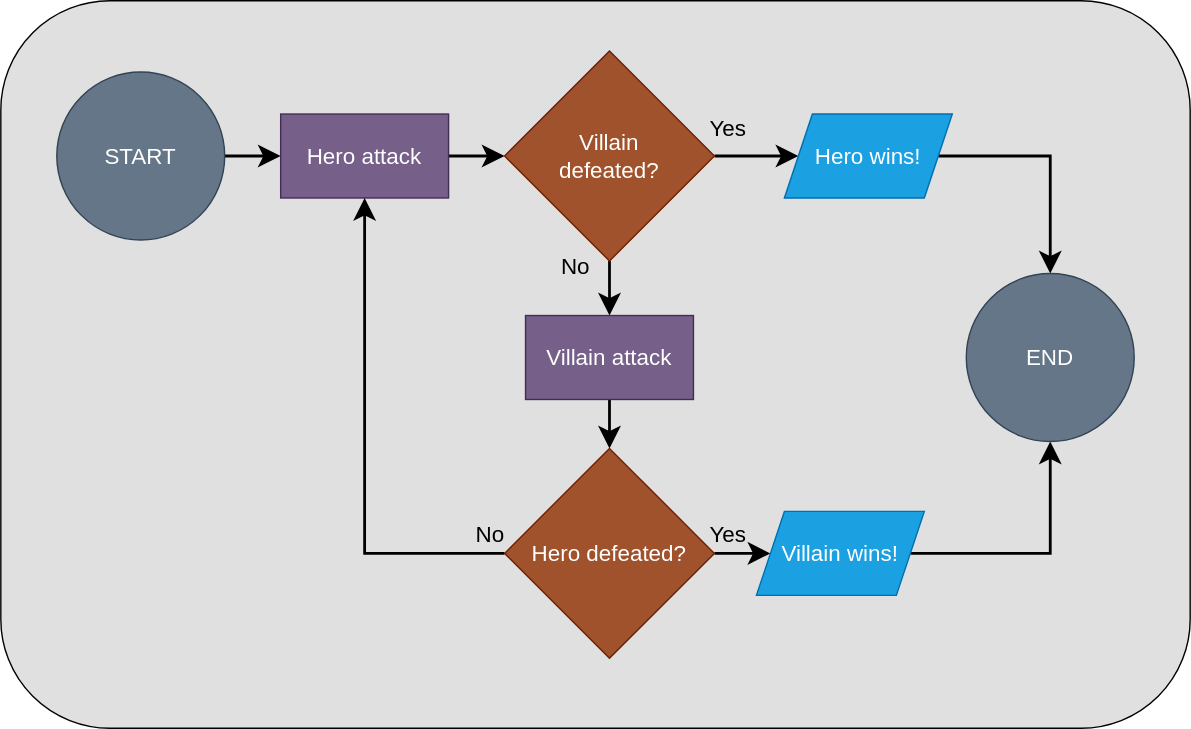
This is practice/unit_4/solutions/exercise_2/flowcharts/exercise_2_1_flowchart.drawio.svg from PdxCodeGuild/Programming102, a draw.io export, as it was before one commit. Source tidied: cells renumbered, new cells last; positions are measured from the earlier drawing's top-left corner, leaving out a move shared by most shapes. Source of this version:
```xml
<mxGraphModel>
  <root>
    <mxCell id="0" />
    <mxCell id="1" parent="0" />
    <mxCell id="2" style="rounded=1;whiteSpace=wrap;html=1;fillColor=#E0E0E0;" parent="1" vertex="1">
      <mxGeometry width="850" height="520" as="geometry" />
    </mxCell>
    <mxCell id="3" style="edgeStyle=orthogonalEdgeStyle;rounded=0;jettySize=auto;html=1;fontColor=#000000;strokeColor=#000000;endSize=10;targetPerimeterSpacing=0;startSize=13;strokeWidth=2;" parent="1" edge="1" source="4" target="6">
      <mxGeometry relative="1" as="geometry" />
    </mxCell>
    <mxCell id="4" value="&lt;font style=&quot;font-size: 16px&quot;&gt;START&lt;/font&gt;" style="ellipse;whiteSpace=wrap;html=1;fillColor=#647687;strokeColor=#314354;fontColor=#ffffff;" parent="1" vertex="1">
      <mxGeometry x="40" y="51" width="120" height="120" as="geometry" />
    </mxCell>
    <mxCell id="5" style="edgeStyle=orthogonalEdgeStyle;rounded=0;jettySize=auto;html=1;fontColor=#000000;strokeColor=#000000;endSize=10;targetPerimeterSpacing=0;startSize=13;strokeWidth=2;" parent="1" edge="1" source="6" target="9">
      <mxGeometry relative="1" as="geometry" />
    </mxCell>
    <mxCell id="6" value="Hero attack" style="rounded=0;whiteSpace=wrap;html=1;fillColor=#76608a;strokeColor=#432D57;fontColor=#ffffff;fontSize=16;" parent="1" vertex="1">
      <mxGeometry x="200" y="81" width="120" height="60" as="geometry" />
    </mxCell>
    <mxCell id="7" style="edgeStyle=orthogonalEdgeStyle;rounded=0;jettySize=auto;html=1;exitX=0.5;exitY=1;exitDx=0;exitDy=0;entryX=0.5;entryY=0;entryDx=0;entryDy=0;fontColor=#000000;strokeColor=#000000;endSize=10;targetPerimeterSpacing=0;startSize=13;strokeWidth=2;" parent="1" edge="1" source="9" target="14">
      <mxGeometry relative="1" as="geometry" />
    </mxCell>
    <mxCell id="8" style="edgeStyle=orthogonalEdgeStyle;rounded=0;jettySize=auto;html=1;exitX=1;exitY=0.5;exitDx=0;exitDy=0;entryX=0;entryY=0.5;entryDx=0;entryDy=0;fontColor=#000000;strokeColor=#000000;endSize=10;targetPerimeterSpacing=0;startSize=13;strokeWidth=2;" parent="1" edge="1" source="9" target="11">
      <mxGeometry relative="1" as="geometry" />
    </mxCell>
    <mxCell id="9" value="Villain&lt;br style=&quot;font-size: 16px&quot;&gt;defeated?" style="rhombus;whiteSpace=wrap;html=1;fillColor=#a0522d;strokeColor=#6D1F00;fontColor=#ffffff;fontSize=16;" parent="1" vertex="1">
      <mxGeometry x="360" y="36" width="150" height="150" as="geometry" />
    </mxCell>
    <mxCell id="10" style="edgeStyle=orthogonalEdgeStyle;rounded=0;jettySize=auto;html=1;entryX=0.5;entryY=0;entryDx=0;entryDy=0;fontColor=#000000;strokeColor=#000000;endSize=10;targetPerimeterSpacing=0;startSize=13;strokeWidth=2;" parent="1" edge="1" source="11" target="22">
      <mxGeometry relative="1" as="geometry" />
    </mxCell>
    <mxCell id="11" value="Hero wins!" style="shape=parallelogram;perimeter=parallelogramPerimeter;whiteSpace=wrap;html=1;fixedSize=1;fontSize=16;fillColor=#1ba1e2;strokeColor=#006EAF;fontColor=#ffffff;" parent="1" vertex="1">
      <mxGeometry x="560" y="81" width="120" height="60" as="geometry" />
    </mxCell>
    <mxCell id="12" value="No" style="text;html=1;strokeColor=none;fillColor=none;align=center;verticalAlign=middle;whiteSpace=wrap;rounded=0;fontSize=16;fontColor=#000000;" parent="1" vertex="1">
      <mxGeometry x="391" y="180" width="40" height="20" as="geometry" />
    </mxCell>
    <mxCell id="13" style="edgeStyle=orthogonalEdgeStyle;rounded=0;jettySize=auto;html=1;fontColor=#000000;strokeColor=#000000;endSize=10;targetPerimeterSpacing=0;startSize=13;strokeWidth=2;" parent="1" edge="1" source="14" target="17">
      <mxGeometry relative="1" as="geometry" />
    </mxCell>
    <mxCell id="14" value="Villain attack" style="rounded=0;whiteSpace=wrap;html=1;fontSize=16;fillColor=#76608a;strokeColor=#432D57;fontColor=#ffffff;" parent="1" vertex="1">
      <mxGeometry x="375" y="225" width="120" height="60" as="geometry" />
    </mxCell>
    <mxCell id="15" style="edgeStyle=orthogonalEdgeStyle;rounded=0;jettySize=auto;html=1;exitX=0;exitY=0.5;exitDx=0;exitDy=0;entryX=0.5;entryY=1;entryDx=0;entryDy=0;fontColor=#000000;strokeColor=#000000;endSize=10;targetPerimeterSpacing=0;startSize=13;strokeWidth=2;" parent="1" edge="1" source="17" target="6">
      <mxGeometry relative="1" as="geometry" />
    </mxCell>
    <mxCell id="16" style="edgeStyle=orthogonalEdgeStyle;rounded=0;jettySize=auto;html=1;exitX=1;exitY=0.5;exitDx=0;exitDy=0;entryX=0;entryY=0.5;entryDx=0;entryDy=0;fontColor=#000000;strokeColor=#000000;endSize=10;targetPerimeterSpacing=0;startSize=13;strokeWidth=2;" parent="1" edge="1" source="17" target="19">
      <mxGeometry relative="1" as="geometry" />
    </mxCell>
    <mxCell id="17" value="Hero defeated?" style="rhombus;whiteSpace=wrap;html=1;fillColor=#a0522d;strokeColor=#6D1F00;fontColor=#ffffff;fontSize=16;" parent="1" vertex="1">
      <mxGeometry x="360" y="320" width="150" height="150" as="geometry" />
    </mxCell>
    <mxCell id="18" style="edgeStyle=orthogonalEdgeStyle;rounded=0;jettySize=auto;html=1;exitX=1;exitY=0.5;exitDx=0;exitDy=0;entryX=0.5;entryY=1;entryDx=0;entryDy=0;fontColor=#000000;strokeColor=#000000;endSize=10;targetPerimeterSpacing=0;startSize=13;strokeWidth=2;" parent="1" edge="1" source="19" target="22">
      <mxGeometry relative="1" as="geometry" />
    </mxCell>
    <mxCell id="19" value="Villain wins!" style="shape=parallelogram;perimeter=parallelogramPerimeter;whiteSpace=wrap;html=1;fixedSize=1;fontSize=16;fillColor=#1ba1e2;strokeColor=#006EAF;fontColor=#ffffff;" parent="1" vertex="1">
      <mxGeometry x="540" y="365" width="120" height="60" as="geometry" />
    </mxCell>
    <mxCell id="20" value="Yes" style="text;html=1;strokeColor=none;fillColor=none;align=center;verticalAlign=middle;whiteSpace=wrap;rounded=0;fontSize=16;fontColor=#000000;" parent="1" vertex="1">
      <mxGeometry x="500" y="371" width="40" height="20" as="geometry" />
    </mxCell>
    <mxCell id="21" value="No" style="text;html=1;strokeColor=none;fillColor=none;align=center;verticalAlign=middle;whiteSpace=wrap;rounded=0;fontSize=16;fontColor=#000000;" parent="1" vertex="1">
      <mxGeometry x="330" y="371" width="40" height="20" as="geometry" />
    </mxCell>
    <mxCell id="22" value="&lt;font style=&quot;font-size: 16px&quot;&gt;END&lt;/font&gt;" style="ellipse;whiteSpace=wrap;html=1;fillColor=#647687;strokeColor=#314354;fontColor=#ffffff;" parent="1" vertex="1">
      <mxGeometry x="690" y="195" width="120" height="120" as="geometry" />
    </mxCell>
    <mxCell id="23" value="Yes" style="text;html=1;strokeColor=none;fillColor=none;align=center;verticalAlign=middle;whiteSpace=wrap;rounded=0;fontSize=16;fontColor=#000000;" parent="1" vertex="1">
      <mxGeometry x="500" y="81" width="40" height="20" as="geometry" />
    </mxCell>
  </root>
</mxGraphModel>
```
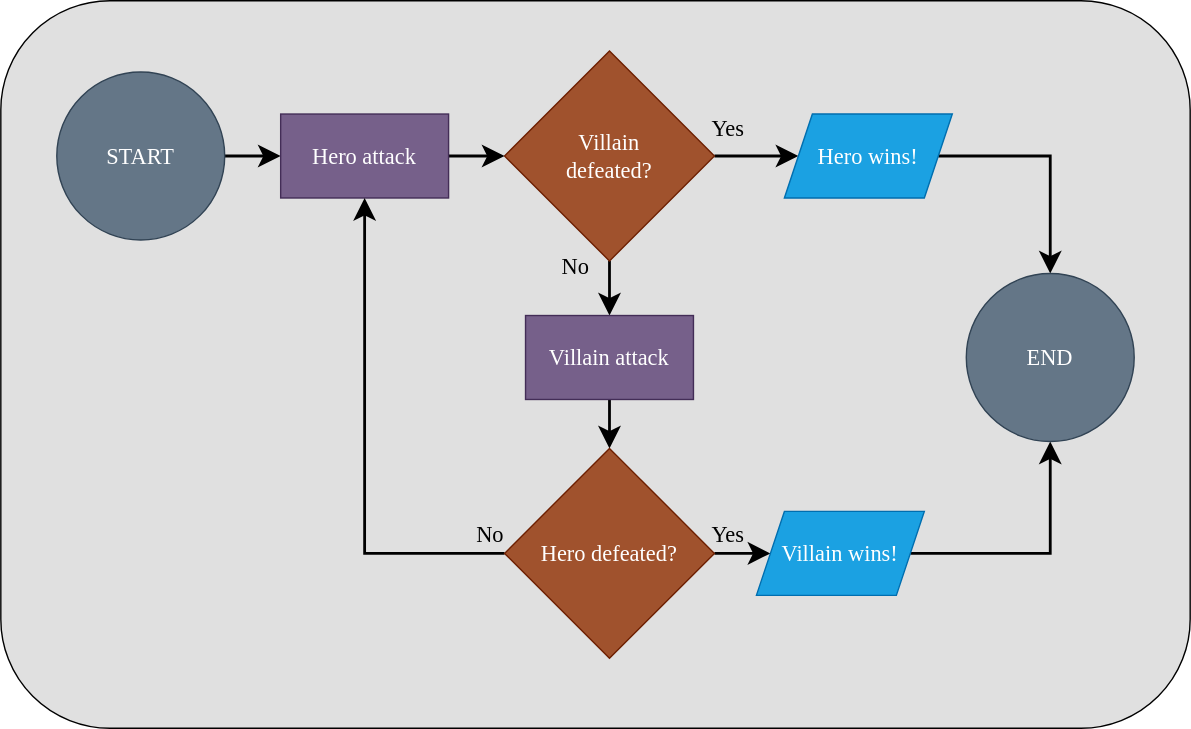
The same file after the commit.

Diff of the diagram source:
```diff
@@ -2,70 +2,70 @@
   <root>
     <mxCell id="0" />
     <mxCell id="1" parent="0" />
-    <mxCell id="2" style="rounded=1;whiteSpace=wrap;html=1;fillColor=#E0E0E0;" parent="1" vertex="1">
+    <mxCell id="2" style="rounded=1;whiteSpace=wrap;html=1;fillColor=#E0E0E0;fontFamily=raleway;fontSource=https%3A%2F%2Ffonts.googleapis.com%2Fcss%3Ffamily%3Draleway;fontStyle=0;" parent="1" vertex="1">
       <mxGeometry width="850" height="520" as="geometry" />
     </mxCell>
-    <mxCell id="3" style="edgeStyle=orthogonalEdgeStyle;rounded=0;jettySize=auto;html=1;fontColor=#000000;strokeColor=#000000;endSize=10;targetPerimeterSpacing=0;startSize=13;strokeWidth=2;" parent="1" edge="1" source="4" target="6">
+    <mxCell id="3" style="edgeStyle=orthogonalEdgeStyle;rounded=0;jettySize=auto;html=1;fontColor=#000000;strokeColor=#000000;endSize=10;targetPerimeterSpacing=0;startSize=13;strokeWidth=2;fontFamily=raleway;fontSource=https%3A%2F%2Ffonts.googleapis.com%2Fcss%3Ffamily%3Draleway;fontStyle=0;" parent="1" edge="1" source="4" target="6">
       <mxGeometry relative="1" as="geometry" />
     </mxCell>
-    <mxCell id="4" value="&lt;font style=&quot;font-size: 16px&quot;&gt;START&lt;/font&gt;" style="ellipse;whiteSpace=wrap;html=1;fillColor=#647687;strokeColor=#314354;fontColor=#ffffff;" parent="1" vertex="1">
+    <mxCell id="4" value="&lt;font style=&quot;font-size: 16px&quot;&gt;START&lt;/font&gt;" style="ellipse;whiteSpace=wrap;html=1;fillColor=#647687;strokeColor=#314354;fontColor=#ffffff;fontFamily=raleway;fontSource=https%3A%2F%2Ffonts.googleapis.com%2Fcss%3Ffamily%3Draleway;fontStyle=0;" parent="1" vertex="1">
       <mxGeometry x="40" y="51" width="120" height="120" as="geometry" />
     </mxCell>
-    <mxCell id="5" style="edgeStyle=orthogonalEdgeStyle;rounded=0;jettySize=auto;html=1;fontColor=#000000;strokeColor=#000000;endSize=10;targetPerimeterSpacing=0;startSize=13;strokeWidth=2;" parent="1" edge="1" source="6" target="9">
+    <mxCell id="5" style="edgeStyle=orthogonalEdgeStyle;rounded=0;jettySize=auto;html=1;fontColor=#000000;strokeColor=#000000;endSize=10;targetPerimeterSpacing=0;startSize=13;strokeWidth=2;fontFamily=raleway;fontSource=https%3A%2F%2Ffonts.googleapis.com%2Fcss%3Ffamily%3Draleway;fontStyle=0;" parent="1" edge="1" source="6" target="9">
       <mxGeometry relative="1" as="geometry" />
     </mxCell>
-    <mxCell id="6" value="Hero attack" style="rounded=0;whiteSpace=wrap;html=1;fillColor=#76608a;strokeColor=#432D57;fontColor=#ffffff;fontSize=16;" parent="1" vertex="1">
+    <mxCell id="6" value="&lt;font&gt;Hero attack&lt;/font&gt;" style="rounded=0;whiteSpace=wrap;html=1;fillColor=#76608a;strokeColor=#432D57;fontColor=#ffffff;fontSize=16;fontFamily=raleway;fontSource=https%3A%2F%2Ffonts.googleapis.com%2Fcss%3Ffamily%3Draleway;fontStyle=0;" parent="1" vertex="1">
       <mxGeometry x="200" y="81" width="120" height="60" as="geometry" />
     </mxCell>
-    <mxCell id="7" style="edgeStyle=orthogonalEdgeStyle;rounded=0;jettySize=auto;html=1;exitX=0.5;exitY=1;exitDx=0;exitDy=0;entryX=0.5;entryY=0;entryDx=0;entryDy=0;fontColor=#000000;strokeColor=#000000;endSize=10;targetPerimeterSpacing=0;startSize=13;strokeWidth=2;" parent="1" edge="1" source="9" target="14">
+    <mxCell id="7" style="edgeStyle=orthogonalEdgeStyle;rounded=0;jettySize=auto;html=1;exitX=0.5;exitY=1;exitDx=0;exitDy=0;entryX=0.5;entryY=0;entryDx=0;entryDy=0;fontColor=#000000;strokeColor=#000000;endSize=10;targetPerimeterSpacing=0;startSize=13;strokeWidth=2;fontFamily=raleway;fontSource=https%3A%2F%2Ffonts.googleapis.com%2Fcss%3Ffamily%3Draleway;fontStyle=0;" parent="1" edge="1" source="9" target="14">
       <mxGeometry relative="1" as="geometry" />
     </mxCell>
-    <mxCell id="8" style="edgeStyle=orthogonalEdgeStyle;rounded=0;jettySize=auto;html=1;exitX=1;exitY=0.5;exitDx=0;exitDy=0;entryX=0;entryY=0.5;entryDx=0;entryDy=0;fontColor=#000000;strokeColor=#000000;endSize=10;targetPerimeterSpacing=0;startSize=13;strokeWidth=2;" parent="1" edge="1" source="9" target="11">
+    <mxCell id="8" style="edgeStyle=orthogonalEdgeStyle;rounded=0;jettySize=auto;html=1;exitX=1;exitY=0.5;exitDx=0;exitDy=0;entryX=0;entryY=0.5;entryDx=0;entryDy=0;fontColor=#000000;strokeColor=#000000;endSize=10;targetPerimeterSpacing=0;startSize=13;strokeWidth=2;fontFamily=raleway;fontSource=https%3A%2F%2Ffonts.googleapis.com%2Fcss%3Ffamily%3Draleway;fontStyle=0;" parent="1" edge="1" source="9" target="11">
       <mxGeometry relative="1" as="geometry" />
     </mxCell>
-    <mxCell id="9" value="Villain&lt;br style=&quot;font-size: 16px&quot;&gt;defeated?" style="rhombus;whiteSpace=wrap;html=1;fillColor=#a0522d;strokeColor=#6D1F00;fontColor=#ffffff;fontSize=16;" parent="1" vertex="1">
+    <mxCell id="9" value="&lt;font&gt;Villain&lt;br style=&quot;font-size: 16px&quot;&gt;defeated?&lt;/font&gt;" style="rhombus;whiteSpace=wrap;html=1;fillColor=#a0522d;strokeColor=#6D1F00;fontColor=#ffffff;fontSize=16;fontFamily=raleway;fontSource=https%3A%2F%2Ffonts.googleapis.com%2Fcss%3Ffamily%3Draleway;fontStyle=0;" parent="1" vertex="1">
       <mxGeometry x="360" y="36" width="150" height="150" as="geometry" />
     </mxCell>
-    <mxCell id="10" style="edgeStyle=orthogonalEdgeStyle;rounded=0;jettySize=auto;html=1;entryX=0.5;entryY=0;entryDx=0;entryDy=0;fontColor=#000000;strokeColor=#000000;endSize=10;targetPerimeterSpacing=0;startSize=13;strokeWidth=2;" parent="1" edge="1" source="11" target="22">
+    <mxCell id="10" style="edgeStyle=orthogonalEdgeStyle;rounded=0;jettySize=auto;html=1;entryX=0.5;entryY=0;entryDx=0;entryDy=0;fontColor=#000000;strokeColor=#000000;endSize=10;targetPerimeterSpacing=0;startSize=13;strokeWidth=2;fontFamily=raleway;fontSource=https%3A%2F%2Ffonts.googleapis.com%2Fcss%3Ffamily%3Draleway;fontStyle=0;" parent="1" edge="1" source="11" target="22">
       <mxGeometry relative="1" as="geometry" />
     </mxCell>
-    <mxCell id="11" value="Hero wins!" style="shape=parallelogram;perimeter=parallelogramPerimeter;whiteSpace=wrap;html=1;fixedSize=1;fontSize=16;fillColor=#1ba1e2;strokeColor=#006EAF;fontColor=#ffffff;" parent="1" vertex="1">
+    <mxCell id="11" value="&lt;font&gt;Hero wins!&lt;/font&gt;" style="shape=parallelogram;perimeter=parallelogramPerimeter;whiteSpace=wrap;html=1;fixedSize=1;fontSize=16;fillColor=#1ba1e2;strokeColor=#006EAF;fontColor=#ffffff;fontFamily=raleway;fontSource=https%3A%2F%2Ffonts.googleapis.com%2Fcss%3Ffamily%3Draleway;fontStyle=0;" parent="1" vertex="1">
       <mxGeometry x="560" y="81" width="120" height="60" as="geometry" />
     </mxCell>
-    <mxCell id="12" value="No" style="text;html=1;strokeColor=none;fillColor=none;align=center;verticalAlign=middle;whiteSpace=wrap;rounded=0;fontSize=16;fontColor=#000000;" parent="1" vertex="1">
+    <mxCell id="12" value="No" style="text;html=1;strokeColor=none;fillColor=none;align=center;verticalAlign=middle;whiteSpace=wrap;rounded=0;fontSize=16;fontColor=#000000;fontFamily=raleway;fontSource=https%3A%2F%2Ffonts.googleapis.com%2Fcss%3Ffamily%3Draleway;fontStyle=0;" parent="1" vertex="1">
       <mxGeometry x="391" y="180" width="40" height="20" as="geometry" />
     </mxCell>
-    <mxCell id="13" style="edgeStyle=orthogonalEdgeStyle;rounded=0;jettySize=auto;html=1;fontColor=#000000;strokeColor=#000000;endSize=10;targetPerimeterSpacing=0;startSize=13;strokeWidth=2;" parent="1" edge="1" source="14" target="17">
+    <mxCell id="13" style="edgeStyle=orthogonalEdgeStyle;rounded=0;jettySize=auto;html=1;fontColor=#000000;strokeColor=#000000;endSize=10;targetPerimeterSpacing=0;startSize=13;strokeWidth=2;fontFamily=raleway;fontSource=https%3A%2F%2Ffonts.googleapis.com%2Fcss%3Ffamily%3Draleway;fontStyle=0;" parent="1" edge="1" source="14" target="17">
       <mxGeometry relative="1" as="geometry" />
     </mxCell>
-    <mxCell id="14" value="Villain attack" style="rounded=0;whiteSpace=wrap;html=1;fontSize=16;fillColor=#76608a;strokeColor=#432D57;fontColor=#ffffff;" parent="1" vertex="1">
+    <mxCell id="14" value="Villain attack" style="rounded=0;whiteSpace=wrap;html=1;fontSize=16;fillColor=#76608a;strokeColor=#432D57;fontColor=#ffffff;fontFamily=raleway;fontSource=https%3A%2F%2Ffonts.googleapis.com%2Fcss%3Ffamily%3Draleway;fontStyle=0;" parent="1" vertex="1">
       <mxGeometry x="375" y="225" width="120" height="60" as="geometry" />
     </mxCell>
-    <mxCell id="15" style="edgeStyle=orthogonalEdgeStyle;rounded=0;jettySize=auto;html=1;exitX=0;exitY=0.5;exitDx=0;exitDy=0;entryX=0.5;entryY=1;entryDx=0;entryDy=0;fontColor=#000000;strokeColor=#000000;endSize=10;targetPerimeterSpacing=0;startSize=13;strokeWidth=2;" parent="1" edge="1" source="17" target="6">
+    <mxCell id="15" style="edgeStyle=orthogonalEdgeStyle;rounded=0;jettySize=auto;html=1;exitX=0;exitY=0.5;exitDx=0;exitDy=0;entryX=0.5;entryY=1;entryDx=0;entryDy=0;fontColor=#000000;strokeColor=#000000;endSize=10;targetPerimeterSpacing=0;startSize=13;strokeWidth=2;fontFamily=raleway;fontSource=https%3A%2F%2Ffonts.googleapis.com%2Fcss%3Ffamily%3Draleway;fontStyle=0;" parent="1" edge="1" source="17" target="6">
       <mxGeometry relative="1" as="geometry" />
     </mxCell>
-    <mxCell id="16" style="edgeStyle=orthogonalEdgeStyle;rounded=0;jettySize=auto;html=1;exitX=1;exitY=0.5;exitDx=0;exitDy=0;entryX=0;entryY=0.5;entryDx=0;entryDy=0;fontColor=#000000;strokeColor=#000000;endSize=10;targetPerimeterSpacing=0;startSize=13;strokeWidth=2;" parent="1" edge="1" source="17" target="19">
+    <mxCell id="16" style="edgeStyle=orthogonalEdgeStyle;rounded=0;jettySize=auto;html=1;exitX=1;exitY=0.5;exitDx=0;exitDy=0;entryX=0;entryY=0.5;entryDx=0;entryDy=0;fontColor=#000000;strokeColor=#000000;endSize=10;targetPerimeterSpacing=0;startSize=13;strokeWidth=2;fontFamily=raleway;fontSource=https%3A%2F%2Ffonts.googleapis.com%2Fcss%3Ffamily%3Draleway;fontStyle=0;" parent="1" edge="1" source="17" target="19">
       <mxGeometry relative="1" as="geometry" />
     </mxCell>
-    <mxCell id="17" value="Hero defeated?" style="rhombus;whiteSpace=wrap;html=1;fillColor=#a0522d;strokeColor=#6D1F00;fontColor=#ffffff;fontSize=16;" parent="1" vertex="1">
+    <mxCell id="17" value="Hero defeated?" style="rhombus;whiteSpace=wrap;html=1;fillColor=#a0522d;strokeColor=#6D1F00;fontColor=#ffffff;fontSize=16;fontFamily=raleway;fontSource=https%3A%2F%2Ffonts.googleapis.com%2Fcss%3Ffamily%3Draleway;fontStyle=0;" parent="1" vertex="1">
       <mxGeometry x="360" y="320" width="150" height="150" as="geometry" />
     </mxCell>
-    <mxCell id="18" style="edgeStyle=orthogonalEdgeStyle;rounded=0;jettySize=auto;html=1;exitX=1;exitY=0.5;exitDx=0;exitDy=0;entryX=0.5;entryY=1;entryDx=0;entryDy=0;fontColor=#000000;strokeColor=#000000;endSize=10;targetPerimeterSpacing=0;startSize=13;strokeWidth=2;" parent="1" edge="1" source="19" target="22">
+    <mxCell id="18" style="edgeStyle=orthogonalEdgeStyle;rounded=0;jettySize=auto;html=1;exitX=1;exitY=0.5;exitDx=0;exitDy=0;entryX=0.5;entryY=1;entryDx=0;entryDy=0;fontColor=#000000;strokeColor=#000000;endSize=10;targetPerimeterSpacing=0;startSize=13;strokeWidth=2;fontFamily=raleway;fontSource=https%3A%2F%2Ffonts.googleapis.com%2Fcss%3Ffamily%3Draleway;fontStyle=0;" parent="1" edge="1" source="19" target="22">
       <mxGeometry relative="1" as="geometry" />
     </mxCell>
-    <mxCell id="19" value="Villain wins!" style="shape=parallelogram;perimeter=parallelogramPerimeter;whiteSpace=wrap;html=1;fixedSize=1;fontSize=16;fillColor=#1ba1e2;strokeColor=#006EAF;fontColor=#ffffff;" parent="1" vertex="1">
+    <mxCell id="19" value="Villain wins!" style="shape=parallelogram;perimeter=parallelogramPerimeter;whiteSpace=wrap;html=1;fixedSize=1;fontSize=16;fillColor=#1ba1e2;strokeColor=#006EAF;fontColor=#ffffff;fontFamily=raleway;fontSource=https%3A%2F%2Ffonts.googleapis.com%2Fcss%3Ffamily%3Draleway;fontStyle=0;" parent="1" vertex="1">
       <mxGeometry x="540" y="365" width="120" height="60" as="geometry" />
     </mxCell>
-    <mxCell id="20" value="Yes" style="text;html=1;strokeColor=none;fillColor=none;align=center;verticalAlign=middle;whiteSpace=wrap;rounded=0;fontSize=16;fontColor=#000000;" parent="1" vertex="1">
+    <mxCell id="20" value="Yes" style="text;html=1;strokeColor=none;fillColor=none;align=center;verticalAlign=middle;whiteSpace=wrap;rounded=0;fontSize=16;fontColor=#000000;fontFamily=raleway;fontSource=https%3A%2F%2Ffonts.googleapis.com%2Fcss%3Ffamily%3Draleway;fontStyle=0;" parent="1" vertex="1">
       <mxGeometry x="500" y="371" width="40" height="20" as="geometry" />
     </mxCell>
-    <mxCell id="21" value="No" style="text;html=1;strokeColor=none;fillColor=none;align=center;verticalAlign=middle;whiteSpace=wrap;rounded=0;fontSize=16;fontColor=#000000;" parent="1" vertex="1">
+    <mxCell id="21" value="No" style="text;html=1;strokeColor=none;fillColor=none;align=center;verticalAlign=middle;whiteSpace=wrap;rounded=0;fontSize=16;fontColor=#000000;fontFamily=raleway;fontSource=https%3A%2F%2Ffonts.googleapis.com%2Fcss%3Ffamily%3Draleway;fontStyle=0;" parent="1" vertex="1">
       <mxGeometry x="330" y="371" width="40" height="20" as="geometry" />
     </mxCell>
-    <mxCell id="22" value="&lt;font style=&quot;font-size: 16px&quot;&gt;END&lt;/font&gt;" style="ellipse;whiteSpace=wrap;html=1;fillColor=#647687;strokeColor=#314354;fontColor=#ffffff;" parent="1" vertex="1">
+    <mxCell id="22" value="&lt;font style=&quot;font-size: 16px&quot;&gt;END&lt;/font&gt;" style="ellipse;whiteSpace=wrap;html=1;fillColor=#647687;strokeColor=#314354;fontColor=#ffffff;fontFamily=raleway;fontSource=https%3A%2F%2Ffonts.googleapis.com%2Fcss%3Ffamily%3Draleway;fontStyle=0;" parent="1" vertex="1">
       <mxGeometry x="690" y="195" width="120" height="120" as="geometry" />
     </mxCell>
-    <mxCell id="23" value="Yes" style="text;html=1;strokeColor=none;fillColor=none;align=center;verticalAlign=middle;whiteSpace=wrap;rounded=0;fontSize=16;fontColor=#000000;" parent="1" vertex="1">
+    <mxCell id="23" value="&lt;font&gt;Yes&lt;/font&gt;" style="text;html=1;strokeColor=none;fillColor=none;align=center;verticalAlign=middle;whiteSpace=wrap;rounded=0;fontSize=16;fontColor=#000000;fontFamily=raleway;fontSource=https%3A%2F%2Ffonts.googleapis.com%2Fcss%3Ffamily%3Draleway;fontStyle=0;" parent="1" vertex="1">
       <mxGeometry x="500" y="81" width="40" height="20" as="geometry" />
     </mxCell>
   </root>
```
